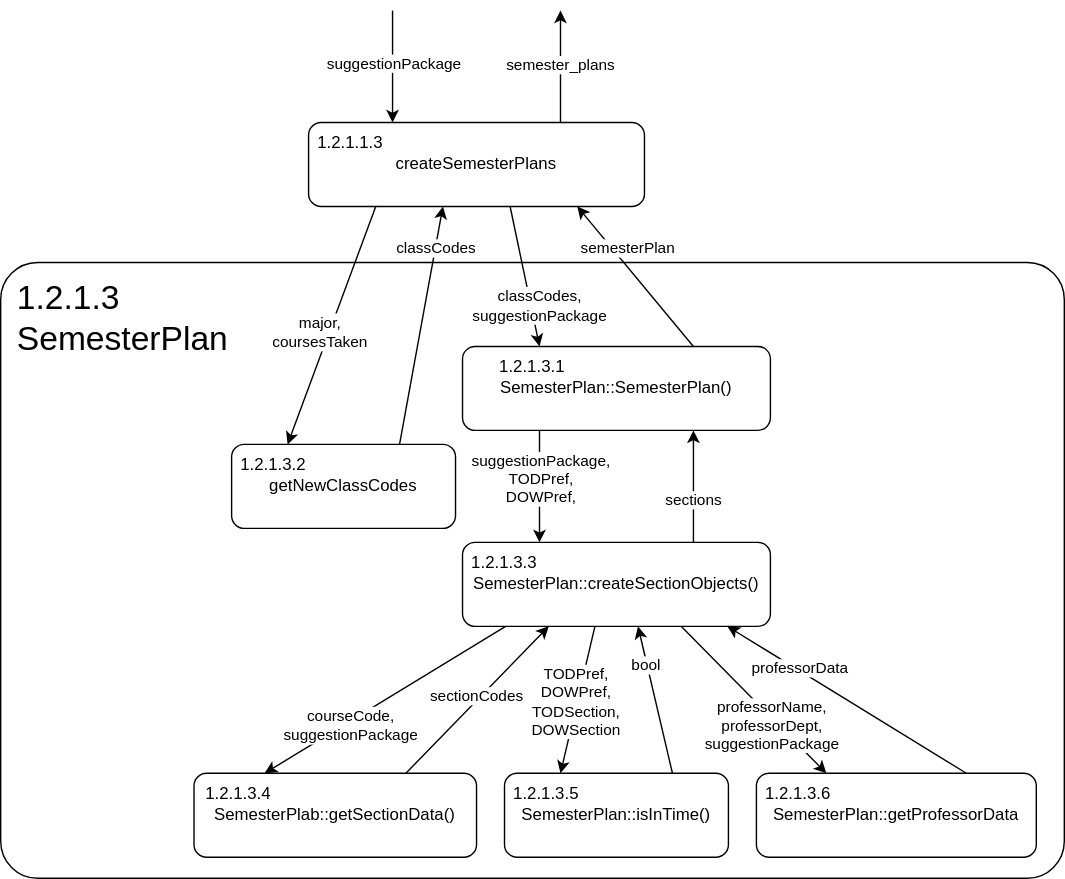
MckennahPalmer/CSE430 keeps this draw.io diagram as Logic/TeamTwoFiles/SemesterPlanStructureChart.svg. Above is the earlier version. Source tidied: cells renumbered, new cells last; positions are measured from the earlier drawing's top-left corner, leaving out a move shared by most shapes. Its diagram source:
```xml
<mxGraphModel>
  <root>
    <mxCell id="0" />
    <mxCell id="1" parent="0" />
    <mxCell id="2" style="rounded=1;whiteSpace=wrap;html=1;fillColor=none;arcSize=6;" parent="1" vertex="1">
      <mxGeometry y="180" width="760" height="440" as="geometry" />
    </mxCell>
    <mxCell id="3" value="createSemesterPlans" style="rounded=1;whiteSpace=wrap;html=1;points=[[0,0,0,0,0],[0,0.25,0,0,0],[0,0.5,0,0,0],[0,0.75,0,0,0],[0,1,0,0,0],[0.2,1,0,0,0],[0.25,0,0,0,0],[0.4,1,0,0,0],[0.5,0,0,0,0],[0.6,1,0,0,0],[0.75,0,0,0,0],[0.8,1,0,0,0],[1,0,0,0,0],[1,0.25,0,0,0],[1,0.5,0,0,0],[1,0.75,0,0,0],[1,1,0,0,0]];" parent="1" vertex="1">
      <mxGeometry x="220" y="80" width="240" height="60" as="geometry" />
    </mxCell>
    <mxCell id="4" value="getNewClassCodes" style="rounded=1;whiteSpace=wrap;html=1;" parent="1" vertex="1">
      <mxGeometry x="165" y="310" width="160" height="60" as="geometry" />
    </mxCell>
    <mxCell id="5" style="endArrow=classic;html=1;rounded=0;entryX=0.25;entryY=0;entryDx=0;entryDy=0;exitX=0.2;exitY=1;exitDx=0;exitDy=0;exitPerimeter=0;" parent="1" edge="1" source="3" target="4">
      <mxGeometry relative="1" as="geometry" />
    </mxCell>
    <mxCell id="6" value="major,&lt;br&gt;coursesTaken" style="edgeLabel;html=1;align=center;verticalAlign=middle;" parent="5" vertex="1">
      <mxGeometry x="-0.17" relative="1" as="geometry">
        <mxPoint x="-14" y="19" as="offset" />
      </mxGeometry>
    </mxCell>
    <mxCell id="7" style="endArrow=classic;html=1;rounded=0;entryX=0.4;entryY=1;entryDx=0;entryDy=0;entryPerimeter=0;exitX=0.75;exitY=0;exitDx=0;exitDy=0;" parent="1" edge="1" source="4" target="3">
      <mxGeometry relative="1" as="geometry" />
    </mxCell>
    <mxCell id="8" value="classCodes" style="edgeLabel;html=1;align=center;verticalAlign=middle;" parent="7" vertex="1">
      <mxGeometry x="-0.46" y="-1" relative="1" as="geometry">
        <mxPoint x="16" y="-94" as="offset" />
      </mxGeometry>
    </mxCell>
    <mxCell id="9" style="endArrow=classic;html=1;rounded=0;entryX=0.25;entryY=0;entryDx=0;entryDy=0;exitX=0.25;exitY=1;exitDx=0;exitDy=0;exitPerimeter=0;entryPerimeter=0;" parent="1" edge="1" source="45" target="40">
      <mxGeometry relative="1" as="geometry" />
    </mxCell>
    <mxCell id="10" value="suggestionPackage,&lt;br&gt;TODPref,&lt;br&gt;DOWPref," style="edgeLabel;html=1;align=center;verticalAlign=middle;" parent="9" vertex="1">
      <mxGeometry x="-0.1" y="1" relative="1" as="geometry">
        <mxPoint x="-1" y="-2" as="offset" />
      </mxGeometry>
    </mxCell>
    <mxCell id="11" style="endArrow=classic;html=1;rounded=0;entryX=0.75;entryY=1;entryDx=0;entryDy=0;entryPerimeter=0;exitX=0.75;exitY=0;exitDx=0;exitDy=0;exitPerimeter=0;" parent="1" edge="1" source="40" target="45">
      <mxGeometry relative="1" as="geometry" />
    </mxCell>
    <mxCell id="12" value="sections" style="edgeLabel;html=1;align=center;verticalAlign=middle;" parent="11" vertex="1">
      <mxGeometry x="-0.23" relative="1" as="geometry">
        <mxPoint x="-1" as="offset" />
      </mxGeometry>
    </mxCell>
    <mxCell id="13" style="endArrow=classic;html=1;rounded=0;entryX=0.25;entryY=0;entryDx=0;entryDy=0;exitX=0.14;exitY=1;exitDx=0;exitDy=0;exitPerimeter=0;" parent="1" edge="1" source="40" target="43">
      <mxGeometry relative="1" as="geometry" />
    </mxCell>
    <mxCell id="14" value="courseCode,&lt;br&gt;suggestionPackage" style="edgeLabel;html=1;align=center;verticalAlign=middle;" parent="13" vertex="1">
      <mxGeometry x="-0.2" relative="1" as="geometry">
        <mxPoint x="-42" y="28" as="offset" />
      </mxGeometry>
    </mxCell>
    <mxCell id="15" style="endArrow=classic;html=1;rounded=0;exitX=0.75;exitY=0;exitDx=0;exitDy=0;entryX=0.28;entryY=1;entryDx=0;entryDy=0;entryPerimeter=0;" parent="1" edge="1" source="43" target="40">
      <mxGeometry relative="1" as="geometry" />
    </mxCell>
    <mxCell id="16" value="sectionCodes" style="edgeLabel;html=1;align=center;verticalAlign=middle;" parent="15" vertex="1">
      <mxGeometry x="-0.47" y="1" relative="1" as="geometry">
        <mxPoint x="24" y="-27" as="offset" />
      </mxGeometry>
    </mxCell>
    <mxCell id="17" style="endArrow=classic;html=1;rounded=0;exitX=0.75;exitY=0;exitDx=0;exitDy=0;entryX=0.57;entryY=1;entryDx=0;entryDy=0;entryPerimeter=0;" parent="1" edge="1" source="33" target="40">
      <mxGeometry relative="1" as="geometry" />
    </mxCell>
    <mxCell id="18" value="bool" style="edgeLabel;html=1;align=center;verticalAlign=middle;" parent="17" vertex="1">
      <mxGeometry x="-0.06" y="1" relative="1" as="geometry">
        <mxPoint x="-7" y="-28" as="offset" />
      </mxGeometry>
    </mxCell>
    <mxCell id="19" style="endArrow=classic;html=1;rounded=0;entryX=0.25;entryY=0;entryDx=0;entryDy=0;exitX=0.43;exitY=1;exitDx=0;exitDy=0;exitPerimeter=0;" parent="1" edge="1" source="40" target="33">
      <mxGeometry relative="1" as="geometry" />
    </mxCell>
    <mxCell id="20" value="TODPref,&lt;br&gt;DOWPref,&lt;br&gt;TODSection,&lt;br&gt;DOWSection" style="edgeLabel;html=1;align=center;verticalAlign=middle;" parent="19" vertex="1">
      <mxGeometry x="0.02" y="-2" relative="1" as="geometry" />
    </mxCell>
    <mxCell id="21" style="endArrow=classic;html=1;rounded=0;entryX=0.25;entryY=0;entryDx=0;entryDy=0;exitX=0.71;exitY=1;exitDx=0;exitDy=0;exitPerimeter=0;" parent="1" edge="1" source="40" target="37">
      <mxGeometry relative="1" as="geometry" />
    </mxCell>
    <mxCell id="22" value="professorName,&lt;br&gt;professorDept,&lt;br&gt;suggestionPackage" style="edgeLabel;html=1;align=center;verticalAlign=middle;" parent="21" vertex="1">
      <mxGeometry x="-0.04" y="-1" relative="1" as="geometry">
        <mxPoint x="15" y="19" as="offset" />
      </mxGeometry>
    </mxCell>
    <mxCell id="23" style="endArrow=classic;html=1;rounded=0;entryX=0.86;entryY=1;entryDx=0;entryDy=0;entryPerimeter=0;exitX=0.75;exitY=0;exitDx=0;exitDy=0;" parent="1" edge="1" source="37" target="40">
      <mxGeometry relative="1" as="geometry" />
    </mxCell>
    <mxCell id="24" value="professorData" style="edgeLabel;html=1;align=center;verticalAlign=middle;" parent="23" vertex="1">
      <mxGeometry x="-0.36" y="-1" relative="1" as="geometry">
        <mxPoint x="-66" y="-41" as="offset" />
      </mxGeometry>
    </mxCell>
    <mxCell id="25" style="endArrow=classic;html=1;rounded=0;exitX=0.75;exitY=0;exitDx=0;exitDy=0;exitPerimeter=0;" parent="1" edge="1" source="3">
      <mxGeometry relative="1" as="geometry">
        <mxPoint x="400" as="targetPoint" />
      </mxGeometry>
    </mxCell>
    <mxCell id="26" value="semester_plans" style="edgeLabel;html=1;align=center;verticalAlign=middle;" parent="25" vertex="1">
      <mxGeometry x="0.06" y="1" relative="1" as="geometry" />
    </mxCell>
    <mxCell id="27" style="endArrow=classic;html=1;rounded=0;entryX=0.25;entryY=0;entryDx=0;entryDy=0;entryPerimeter=0;" parent="1" edge="1" target="3">
      <mxGeometry relative="1" as="geometry">
        <mxPoint x="280" as="sourcePoint" />
      </mxGeometry>
    </mxCell>
    <mxCell id="28" value="suggestionPackage" style="edgeLabel;html=1;align=center;verticalAlign=middle;" parent="27" vertex="1">
      <mxGeometry x="-0.08" relative="1" as="geometry" />
    </mxCell>
    <mxCell id="29" value="1.2.1.1.3" style="text;html=1;align=center;verticalAlign=middle;whiteSpace=wrap;rounded=0;" parent="1" vertex="1">
      <mxGeometry x="220" y="80" width="60" height="30" as="geometry" />
    </mxCell>
    <mxCell id="30" value="1.2.1.3.2" style="text;html=1;align=center;verticalAlign=middle;whiteSpace=wrap;rounded=0;" parent="1" vertex="1">
      <mxGeometry x="165" y="310" width="60" height="30" as="geometry" />
    </mxCell>
    <mxCell id="31" value="1.2.1.3&lt;br&gt;SemesterPlan" style="text;html=1;align=left;verticalAlign=middle;whiteSpace=wrap;rounded=0;fontSize=24;" parent="1" vertex="1">
      <mxGeometry x="10" y="190" width="140" height="60" as="geometry" />
    </mxCell>
    <mxCell id="32" style="group;" parent="1" vertex="1">
      <mxGeometry x="360" y="545" width="160" height="60" as="geometry" />
    </mxCell>
    <mxCell id="33" value="SemesterPlan::isInTime()" style="rounded=1;whiteSpace=wrap;html=1;" parent="32" vertex="1">
      <mxGeometry width="160" height="60" as="geometry" />
    </mxCell>
    <mxCell id="34" value="1.2.1.3.5" style="text;html=1;align=center;verticalAlign=middle;whiteSpace=wrap;rounded=0;" parent="32" vertex="1">
      <mxGeometry width="60" height="30" as="geometry" />
    </mxCell>
    <mxCell id="35" style="group;" parent="1" vertex="1">
      <mxGeometry x="540" y="545" width="200" height="60" as="geometry" />
    </mxCell>
    <mxCell id="36" style="group;" parent="35" vertex="1">
      <mxGeometry width="200" height="60" as="geometry" />
    </mxCell>
    <mxCell id="37" value="SemesterPlan::getProfessorData" style="rounded=1;whiteSpace=wrap;html=1;" parent="36" vertex="1">
      <mxGeometry width="200" height="60" as="geometry" />
    </mxCell>
    <mxCell id="38" value="1.2.1.3.6" style="text;html=1;align=center;verticalAlign=middle;whiteSpace=wrap;rounded=0;" parent="36" vertex="1">
      <mxGeometry width="60" height="30" as="geometry" />
    </mxCell>
    <mxCell id="39" style="group;" parent="1" vertex="1">
      <mxGeometry x="360" y="380" width="240" height="60" as="geometry" />
    </mxCell>
    <mxCell id="40" value="SemesterPlan::createSectionObjects()" style="rounded=1;whiteSpace=wrap;html=1;points=[[0,0,0,0,0],[0,0.25,0,0,0],[0,0.5,0,0,0],[0,0.75,0,0,0],[0.14,1,0,0,0],[0.25,0,0,0,0],[0.28,1,0,0,0],[0.43,1,0,0,0],[0.5,0,0,0,0],[0.57,1,0,0,0],[0.71,1,0,0,0],[0.75,0,0,0,0],[0.86,1,0,0,0],[1,0,0,0,0],[1,0.25,0,0,0],[1,0.5,0,0,0],[1,0.75,0,0,0]];" parent="39" vertex="1">
      <mxGeometry x="-30" width="220" height="60" as="geometry" />
    </mxCell>
    <mxCell id="41" value="1.2.1.3.3" style="text;html=1;align=center;verticalAlign=middle;whiteSpace=wrap;rounded=0;" parent="39" vertex="1">
      <mxGeometry x="-30" width="60" height="30" as="geometry" />
    </mxCell>
    <mxCell id="42" style="group;" parent="1" vertex="1">
      <mxGeometry x="170" y="545" width="170" height="60" as="geometry" />
    </mxCell>
    <mxCell id="43" value="SemesterPlab::getSectionData()" style="rounded=1;whiteSpace=wrap;html=1;" parent="42" vertex="1">
      <mxGeometry x="-31.9" width="201.9" height="60" as="geometry" />
    </mxCell>
    <mxCell id="44" value="1.2.1.3.4" style="text;html=1;align=center;verticalAlign=middle;whiteSpace=wrap;rounded=0;" parent="42" vertex="1">
      <mxGeometry x="-31.9" width="63.8" height="30" as="geometry" />
    </mxCell>
    <mxCell id="45" value="SemesterPlan::SemesterPlan()" style="rounded=1;whiteSpace=wrap;html=1;points=[[0,0,0,0,0],[0,0.25,0,0,0],[0,0.5,0,0,0],[0,0.75,0,0,0],[0.25,0,0,0,0],[0.25,1,0,0,0],[0.5,0,0,0,0],[0.5,1,0,0,0],[0.75,0,0,0,0],[0.75,1,0,0,0],[1,0,0,0,0],[1,0.25,0,0,0],[1,0.5,0,0,0],[1,0.75,0,0,0]];" parent="1" vertex="1">
      <mxGeometry x="330" y="240" width="220" height="60" as="geometry" />
    </mxCell>
    <mxCell id="46" value="1.2.1.3.1" style="text;html=1;align=center;verticalAlign=middle;whiteSpace=wrap;rounded=0;" parent="1" vertex="1">
      <mxGeometry x="350" y="240" width="60" height="30" as="geometry" />
    </mxCell>
    <mxCell id="47" style="endArrow=classic;html=1;rounded=0;exitX=0.6;exitY=1;exitDx=0;exitDy=0;exitPerimeter=0;entryX=0.25;entryY=0;entryDx=0;entryDy=0;entryPerimeter=0;" parent="1" edge="1" source="3" target="45">
      <mxGeometry relative="1" as="geometry" />
    </mxCell>
    <mxCell id="48" value="classCodes,&lt;br&gt;suggestionPackage" style="edgeLabel;html=1;align=center;verticalAlign=middle;" parent="47" vertex="1">
      <mxGeometry x="-0.22" relative="1" as="geometry">
        <mxPoint x="12" y="31" as="offset" />
      </mxGeometry>
    </mxCell>
    <mxCell id="49" style="endArrow=classic;html=1;rounded=0;entryX=0.8;entryY=1;entryDx=0;entryDy=0;entryPerimeter=0;exitX=0.75;exitY=0;exitDx=0;exitDy=0;exitPerimeter=0;" parent="1" edge="1" source="45" target="3">
      <mxGeometry relative="1" as="geometry" />
    </mxCell>
    <mxCell id="50" value="semesterPlan" style="edgeLabel;html=1;align=center;verticalAlign=middle;" parent="49" vertex="1">
      <mxGeometry x="-0.01" y="-2" relative="1" as="geometry">
        <mxPoint x="-8" y="-20" as="offset" />
      </mxGeometry>
    </mxCell>
  </root>
</mxGraphModel>
```
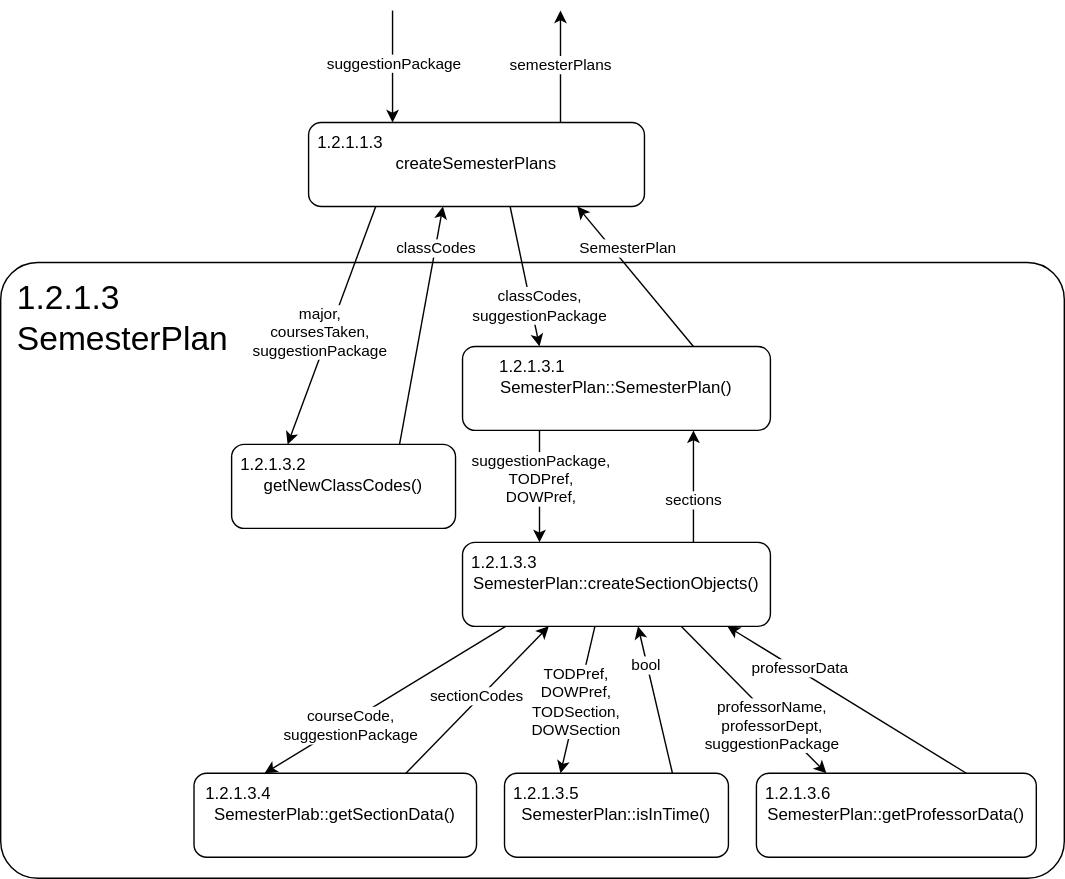
The same diagram one commit later.

Change to the diagram source:
```diff
@@ -8,13 +8,13 @@
     <mxCell id="3" value="createSemesterPlans" style="rounded=1;whiteSpace=wrap;html=1;points=[[0,0,0,0,0],[0,0.25,0,0,0],[0,0.5,0,0,0],[0,0.75,0,0,0],[0,1,0,0,0],[0.2,1,0,0,0],[0.25,0,0,0,0],[0.4,1,0,0,0],[0.5,0,0,0,0],[0.6,1,0,0,0],[0.75,0,0,0,0],[0.8,1,0,0,0],[1,0,0,0,0],[1,0.25,0,0,0],[1,0.5,0,0,0],[1,0.75,0,0,0],[1,1,0,0,0]];" parent="1" vertex="1">
       <mxGeometry x="220" y="80" width="240" height="60" as="geometry" />
     </mxCell>
-    <mxCell id="4" value="getNewClassCodes" style="rounded=1;whiteSpace=wrap;html=1;" parent="1" vertex="1">
+    <mxCell id="4" value="getNewClassCodes()" style="rounded=1;whiteSpace=wrap;html=1;" parent="1" vertex="1">
       <mxGeometry x="165" y="310" width="160" height="60" as="geometry" />
     </mxCell>
     <mxCell id="5" style="endArrow=classic;html=1;rounded=0;entryX=0.25;entryY=0;entryDx=0;entryDy=0;exitX=0.2;exitY=1;exitDx=0;exitDy=0;exitPerimeter=0;" parent="1" edge="1" source="3" target="4">
       <mxGeometry relative="1" as="geometry" />
     </mxCell>
-    <mxCell id="6" value="major,&lt;br&gt;coursesTaken" style="edgeLabel;html=1;align=center;verticalAlign=middle;" parent="5" vertex="1">
+    <mxCell id="6" value="major,&lt;br&gt;coursesTaken,&lt;br&gt;suggestionPackage" style="edgeLabel;html=1;align=center;verticalAlign=middle;" parent="5" vertex="1">
       <mxGeometry x="-0.17" relative="1" as="geometry">
         <mxPoint x="-14" y="19" as="offset" />
       </mxGeometry>
@@ -94,7 +94,7 @@
         <mxPoint x="400" as="targetPoint" />
       </mxGeometry>
     </mxCell>
-    <mxCell id="26" value="semester_plans" style="edgeLabel;html=1;align=center;verticalAlign=middle;" parent="25" vertex="1">
+    <mxCell id="26" value="semesterPlans" style="edgeLabel;html=1;align=center;verticalAlign=middle;" parent="25" vertex="1">
       <mxGeometry x="0.06" y="1" relative="1" as="geometry" />
     </mxCell>
     <mxCell id="27" style="endArrow=classic;html=1;rounded=0;entryX=0.25;entryY=0;entryDx=0;entryDy=0;entryPerimeter=0;" parent="1" edge="1" target="3">
@@ -129,7 +129,7 @@
     <mxCell id="36" style="group;" parent="35" vertex="1">
       <mxGeometry width="200" height="60" as="geometry" />
     </mxCell>
-    <mxCell id="37" value="SemesterPlan::getProfessorData" style="rounded=1;whiteSpace=wrap;html=1;" parent="36" vertex="1">
+    <mxCell id="37" value="SemesterPlan::getProfessorData()" style="rounded=1;whiteSpace=wrap;html=1;" parent="36" vertex="1">
       <mxGeometry width="200" height="60" as="geometry" />
     </mxCell>
     <mxCell id="38" value="1.2.1.3.6" style="text;html=1;align=center;verticalAlign=middle;whiteSpace=wrap;rounded=0;" parent="36" vertex="1">
@@ -170,7 +170,7 @@
     <mxCell id="49" style="endArrow=classic;html=1;rounded=0;entryX=0.8;entryY=1;entryDx=0;entryDy=0;entryPerimeter=0;exitX=0.75;exitY=0;exitDx=0;exitDy=0;exitPerimeter=0;" parent="1" edge="1" source="45" target="3">
       <mxGeometry relative="1" as="geometry" />
     </mxCell>
-    <mxCell id="50" value="semesterPlan" style="edgeLabel;html=1;align=center;verticalAlign=middle;" parent="49" vertex="1">
+    <mxCell id="50" value="SemesterPlan" style="edgeLabel;html=1;align=center;verticalAlign=middle;" parent="49" vertex="1">
       <mxGeometry x="-0.01" y="-2" relative="1" as="geometry">
         <mxPoint x="-8" y="-20" as="offset" />
       </mxGeometry>
```
